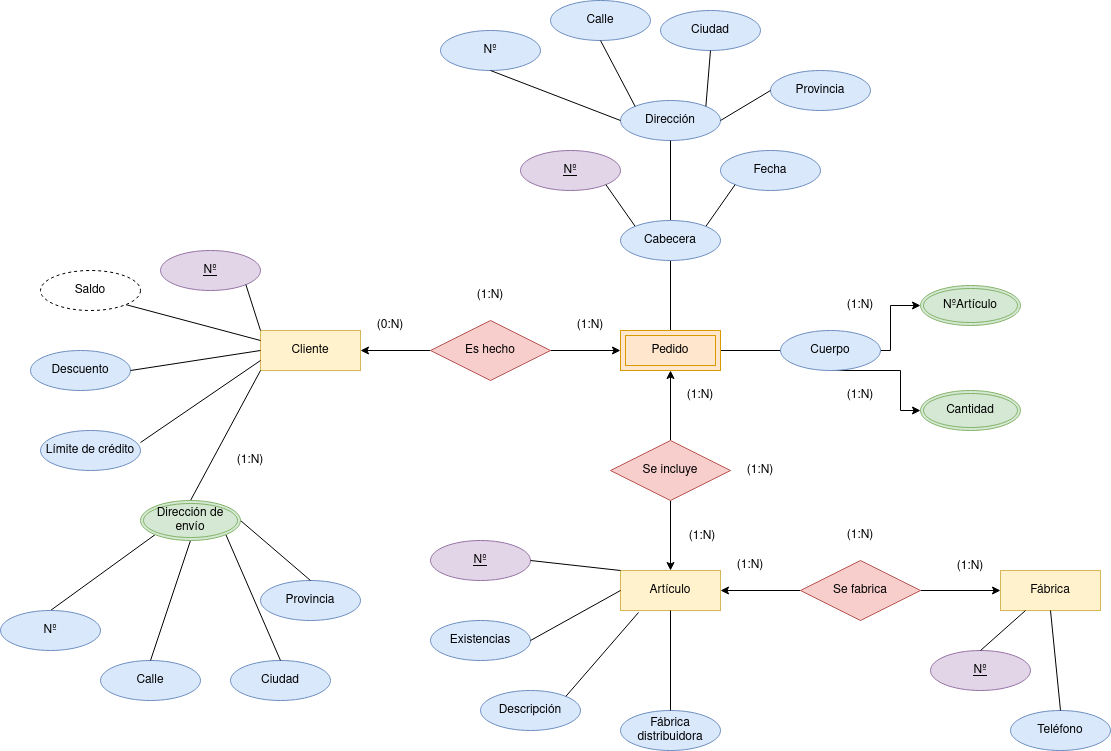
Before: IMG/Sistema de artículos - Encargo.drawio.png, a diagram exported from draw.io (samugd17/base-datos-bae-). Source tidied: cells renumbered, new cells last; positions are measured from the earlier drawing's top-left corner, leaving out a move shared by most shapes.
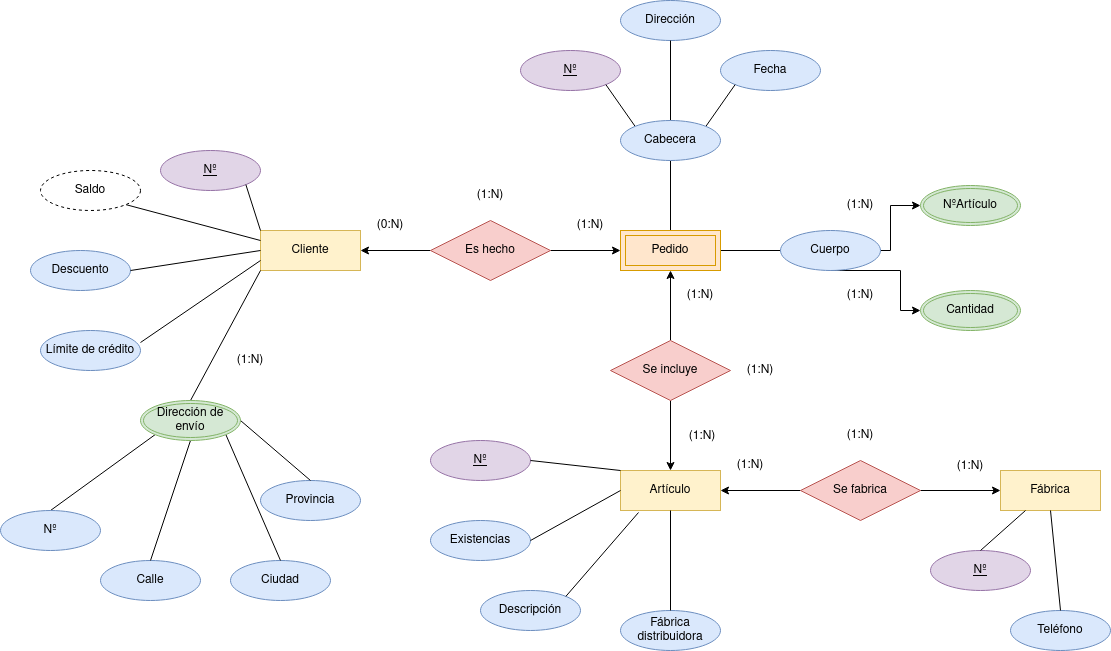
After the change.

The edit, as a diff of the source:
```diff
@@ -179,30 +179,6 @@
     <mxCell id="60" style="endArrow=none;html=1;rounded=0;exitX=0.5;exitY=1;exitDx=0;exitDy=0;entryX=0.5;entryY=0;entryDx=0;entryDy=0;" parent="1" edge="1" source="55" target="72">
       <mxGeometry relative="1" as="geometry" />
     </mxCell>
-    <mxCell id="61" value="Provincia" style="ellipse;whiteSpace=wrap;html=1;align=center;fillColor=#dae8fc;strokeColor=#6c8ebf;" parent="1" vertex="1">
-      <mxGeometry x="770" y="70" width="100" height="40" as="geometry" />
-    </mxCell>
-    <mxCell id="62" value="Ciudad" style="ellipse;whiteSpace=wrap;html=1;align=center;fillColor=#dae8fc;strokeColor=#6c8ebf;" parent="1" vertex="1">
-      <mxGeometry x="660" y="10" width="100" height="40" as="geometry" />
-    </mxCell>
-    <mxCell id="63" value="Calle" style="ellipse;whiteSpace=wrap;html=1;align=center;fillColor=#dae8fc;strokeColor=#6c8ebf;" parent="1" vertex="1">
-      <mxGeometry x="550" width="100" height="40" as="geometry" />
-    </mxCell>
-    <mxCell id="64" value="Nº" style="ellipse;whiteSpace=wrap;html=1;align=center;fillColor=#dae8fc;strokeColor=#6c8ebf;" parent="1" vertex="1">
-      <mxGeometry x="440" y="30" width="100" height="40" as="geometry" />
-    </mxCell>
-    <mxCell id="65" style="endArrow=none;html=1;rounded=0;exitX=0.5;exitY=1;exitDx=0;exitDy=0;entryX=1;entryY=0;entryDx=0;entryDy=0;" parent="1" edge="1" source="62" target="55">
-      <mxGeometry relative="1" as="geometry" />
-    </mxCell>
-    <mxCell id="66" style="endArrow=none;html=1;rounded=0;exitX=0;exitY=0.5;exitDx=0;exitDy=0;entryX=1;entryY=0.5;entryDx=0;entryDy=0;" parent="1" edge="1" source="61" target="55">
-      <mxGeometry relative="1" as="geometry" />
-    </mxCell>
-    <mxCell id="67" style="endArrow=none;html=1;rounded=0;exitX=0.5;exitY=1;exitDx=0;exitDy=0;entryX=0;entryY=0;entryDx=0;entryDy=0;" parent="1" edge="1" source="63" target="55">
-      <mxGeometry relative="1" as="geometry" />
-    </mxCell>
-    <mxCell id="68" style="endArrow=none;html=1;rounded=0;exitX=0.5;exitY=1;exitDx=0;exitDy=0;entryX=0;entryY=0.5;entryDx=0;entryDy=0;" parent="1" edge="1" source="64" target="55">
-      <mxGeometry relative="1" as="geometry" />
-    </mxCell>
     <mxCell id="69" style="edgeStyle=orthogonalEdgeStyle;rounded=0;jettySize=auto;html=1;entryX=0;entryY=0.5;entryDx=0;entryDy=0;" parent="1" edge="1" source="71" target="74">
       <mxGeometry relative="1" as="geometry">
         <Array as="points">
```
